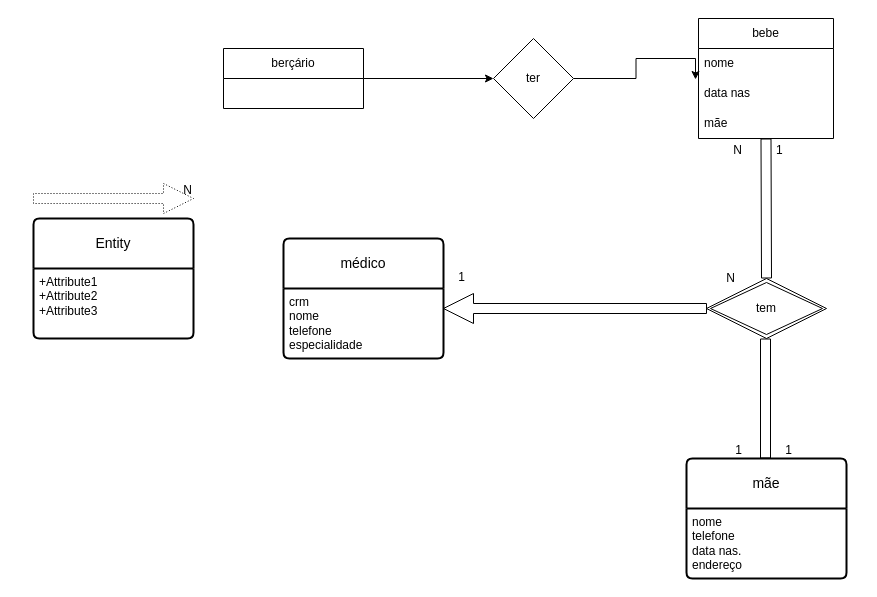
Earlier version of the draw.io diagram becario.drawio (GusFrig/question). Source tidied: cells renumbered, new cells numbered last; positions are measured from the earlier drawing's top-left corner, leaving out a move shared by most shapes. Both pictures are drawn from the tidied source at 100%, with x=0, y=0 at pixel (33, 18).
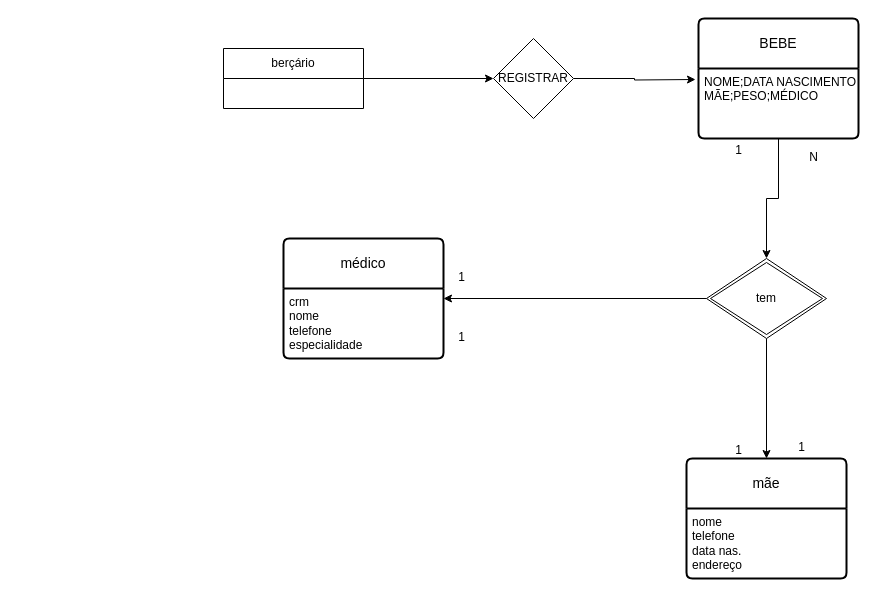
The same diagram, later.

Unchanged cells that the change refers to:
```xml
<mxCell id="5" style="rhombus;whiteSpace=wrap;html=1;" parent="1" vertex="1">
  <mxGeometry x="460" y="20" width="80" height="80" as="geometry" />
</mxCell>
<mxCell id="17" value="mãe" style="swimlane;horizontal=1;startSize=50;rounded=1;fontSize=14;fontStyle=0;strokeWidth=2;shadow=0;dashed=0;align=center;arcSize=4;whiteSpace=wrap;html=1;" parent="1" vertex="1">
  <mxGeometry x="653" y="440" width="160" height="120" as="geometry" />
</mxCell>
<mxCell id="24" value="médico" style="swimlane;horizontal=1;startSize=50;rounded=1;fontSize=14;fontStyle=0;strokeWidth=2;shadow=0;dashed=0;align=center;arcSize=4;whiteSpace=wrap;html=1;" parent="1" vertex="1">
  <mxGeometry x="250" y="220" width="160" height="120" as="geometry" />
</mxCell>
```

Change to the diagram source:
```diff
@@
-    <mxCell id="4" style="edgeStyle=orthogonalEdgeStyle;rounded=0;jettySize=auto;html=1;exitX=1;exitY=0.5;exitDx=0;exitDy=0;entryX=-0.022;entryY=0.033;entryDx=0;entryDy=0;entryPerimeter=0;" parent="1" edge="1" source="5" target="9">
-      <mxGeometry relative="1" as="geometry" />
+    <mxCell id="4" style="edgeStyle=orthogonalEdgeStyle;rounded=0;jettySize=auto;html=1;exitX=1;exitY=0.5;exitDx=0;exitDy=0;entryX=-0.022;entryY=0.033;entryDx=0;entryDy=0;entryPerimeter=0;" parent="1" edge="1" source="5">
+      <mxGeometry relative="1" as="geometry">
+        <mxPoint x="662" y="61" as="targetPoint" />
+      </mxGeometry>
     </mxCell>
@@
-    <mxCell id="6" value="ter" style="text;html=1;strokeColor=none;fillColor=none;align=center;verticalAlign=middle;whiteSpace=wrap;rounded=0;" parent="1" vertex="1">
+    <mxCell id="6" value="REGISTRAR" style="text;html=1;strokeColor=none;fillColor=none;align=center;verticalAlign=middle;whiteSpace=wrap;rounded=0;" parent="1" vertex="1">
       <mxGeometry x="470" y="45" width="60" height="30" as="geometry" />
     </mxCell>
-    <mxCell id="7" value="bebe" style="swimlane;fontStyle=0;horizontal=1;startSize=30;whiteSpace=wrap;html=1;" parent="1" vertex="1">
-      <mxGeometry x="665" width="135" height="120" as="geometry" />
-    </mxCell>
-    <mxCell id="8" value="nome" style="text;strokeColor=none;fillColor=none;align=left;verticalAlign=middle;spacingLeft=4;spacingRight=4;overflow=hidden;whiteSpace=wrap;html=1;" parent="7" vertex="1">
-      <mxGeometry y="30" width="135" height="30" as="geometry" />
-    </mxCell>
-    <mxCell id="9" value="data nas" style="text;strokeColor=none;fillColor=none;align=left;verticalAlign=middle;spacingLeft=4;spacingRight=4;overflow=hidden;points=[[0,0.5],[1,0.5]];portConstraint=eastwest;whiteSpace=wrap;html=1;" parent="7" vertex="1">
-      <mxGeometry y="60" width="135" height="30" as="geometry" />
-    </mxCell>
-    <mxCell id="10" value="mãe" style="text;strokeColor=none;fillColor=none;align=left;verticalAlign=middle;spacingLeft=4;spacingRight=4;overflow=hidden;whiteSpace=wrap;html=1;" parent="7" vertex="1">
-      <mxGeometry y="90" width="135" height="30" as="geometry" />
-    </mxCell>
-    <mxCell id="11" style="edgeStyle=orthogonalEdgeStyle;shape=arrow;rounded=0;jettySize=auto;html=1;" parent="1" edge="1" source="12">
-      <mxGeometry relative="1" as="geometry">
-        <mxPoint x="410" y="290" as="targetPoint" />
-        <Array as="points">
-          <mxPoint x="542" y="290" />
-          <mxPoint x="542" y="291" />
-        </Array>
-      </mxGeometry>
-    </mxCell>
+    <mxCell id="30" style="edgeStyle=orthogonalEdgeStyle;rounded=0;jettySize=auto;html=1;" parent="1" edge="1" source="12" target="17">
+      <mxGeometry relative="1" as="geometry" />
+    </mxCell>
+    <mxCell id="31" style="edgeStyle=orthogonalEdgeStyle;rounded=0;jettySize=auto;html=1;exitX=0;exitY=0.5;exitDx=0;exitDy=0;entryX=1;entryY=0.5;entryDx=0;entryDy=0;" parent="1" edge="1" source="12" target="24">
+      <mxGeometry relative="1" as="geometry" />
+    </mxCell>
     <mxCell id="12" value="tem" style="shape=rhombus;double=1;perimeter=rhombusPerimeter;whiteSpace=wrap;html=1;align=center;" parent="1" vertex="1">
-      <mxGeometry x="673" y="260" width="120" height="60" as="geometry" />
+      <mxGeometry x="673" y="240" width="120" height="80" as="geometry" />
     </mxCell>
-    <mxCell id="13" style="endArrow=none;html=1;rounded=0;shape=flexArrow;entryX=0.5;entryY=0;entryDx=0;entryDy=0;" parent="1" edge="1" target="12">
-      <mxGeometry relative="1" as="geometry">
-        <mxPoint x="732.5" y="120" as="sourcePoint" />
-      </mxGeometry>
-    </mxCell>
-    <mxCell id="14" value="1" style="html=1;whiteSpace=wrap;align=left;verticalAlign=bottom;" parent="13" vertex="1">
-      <mxGeometry x="-1" relative="1" as="geometry">
-        <mxPoint x="8" y="20" as="offset" />
-      </mxGeometry>
-    </mxCell>
-    <mxCell id="15" style="endArrow=none;html=1;rounded=0;shape=flexArrow;" parent="1" edge="1">
-      <mxGeometry relative="1" as="geometry">
-        <mxPoint x="732" y="320" as="sourcePoint" />
-        <mxPoint x="732" y="440" as="targetPoint" />
-      </mxGeometry>
-    </mxCell>
-    <mxCell id="16" value="1" style="html=1;whiteSpace=wrap;align=right;verticalAlign=bottom;" parent="15" vertex="1">
-      <mxGeometry x="1" relative="1" as="geometry">
-        <mxPoint x="28" as="offset" />
-      </mxGeometry>
-    </mxCell>
@@
-    <mxCell id="19" style="endArrow=none;html=1;rounded=0;dashed=1;dashPattern=1 2;shape=arrow;" parent="1" edge="1">
-      <mxGeometry relative="1" as="geometry">
-        <mxPoint y="180" as="sourcePoint" />
-        <mxPoint x="160" y="180" as="targetPoint" />
-      </mxGeometry>
-    </mxCell>
-    <mxCell id="20" value="N" style="html=1;whiteSpace=wrap;align=right;verticalAlign=bottom;" parent="19" vertex="1">
-      <mxGeometry x="1" relative="1" as="geometry" />
-    </mxCell>
@@
-    <mxCell id="22" value="Entity" style="swimlane;horizontal=1;startSize=50;rounded=1;fontSize=14;fontStyle=0;strokeWidth=2;shadow=0;dashed=0;align=center;arcSize=4;whiteSpace=wrap;html=1;" parent="1" vertex="1">
-      <mxGeometry y="200" width="160" height="120" as="geometry" />
-    </mxCell>
-    <mxCell id="23" value="+Attribute1&#10;+Attribute2&#10;+Attribute3" style="align=left;strokeColor=none;fillColor=none;spacingLeft=4;fontSize=12;verticalAlign=top;html=1;" parent="22" vertex="1">
-      <mxGeometry y="50" width="160" height="70" as="geometry" />
-    </mxCell>
@@
-    <mxCell id="28" value="N" style="html=1;whiteSpace=wrap;align=right;verticalAlign=bottom;" parent="1" vertex="1">
+    <mxCell id="28" value="1" style="html=1;whiteSpace=wrap;align=right;verticalAlign=bottom;" parent="1" vertex="1">
       <mxGeometry x="710" y="140" as="geometry" />
     </mxCell>
-    <mxCell id="29" value="N" style="html=1;whiteSpace=wrap;align=right;verticalAlign=bottom;" parent="1" vertex="1">
-      <mxGeometry x="170" y="220" as="geometry">
-        <mxPoint x="533" y="48" as="offset" />
-      </mxGeometry>
-    </mxCell>
+    <mxCell id="32" value="BEBE" style="swimlane;horizontal=1;startSize=50;rounded=1;fontSize=14;fontStyle=0;strokeWidth=2;shadow=0;dashed=0;align=center;arcSize=4;whiteSpace=wrap;html=1;" parent="1" vertex="1">
+      <mxGeometry x="665" width="160" height="120" as="geometry" />
+    </mxCell>
+    <mxCell id="33" value="&lt;div&gt;NOME;DATA NASCIMENTO&lt;/div&gt;&lt;div&gt;MÃE;PESO;MÉDICO&lt;br&gt;&lt;/div&gt;" style="align=left;strokeColor=none;fillColor=none;spacingLeft=4;fontSize=12;verticalAlign=top;html=1;" parent="32" vertex="1">
+      <mxGeometry y="50" width="160" height="70" as="geometry" />
+    </mxCell>
+    <mxCell id="34" style="edgeStyle=orthogonalEdgeStyle;rounded=0;jettySize=auto;html=1;exitX=0.5;exitY=1;exitDx=0;exitDy=0;" parent="1" edge="1" source="33" target="12">
+      <mxGeometry relative="1" as="geometry" />
+    </mxCell>
+    <mxCell id="35" value="1" style="html=1;whiteSpace=wrap;align=right;verticalAlign=bottom;" parent="1" vertex="1">
+      <mxGeometry x="440" y="330" as="geometry">
+        <mxPoint x="-7" y="-3" as="offset" />
+      </mxGeometry>
+    </mxCell>
+    <mxCell id="36" value="N" style="html=1;whiteSpace=wrap;align=right;verticalAlign=bottom;" parent="1" vertex="1">
+      <mxGeometry x="793" y="150" as="geometry">
+        <mxPoint x="-7" y="-3" as="offset" />
+      </mxGeometry>
+    </mxCell>
+    <mxCell id="37" value="1" style="html=1;whiteSpace=wrap;align=right;verticalAlign=bottom;" parent="1" vertex="1">
+      <mxGeometry x="780" y="440" as="geometry">
+        <mxPoint x="-7" y="-3" as="offset" />
+      </mxGeometry>
+    </mxCell>
```
